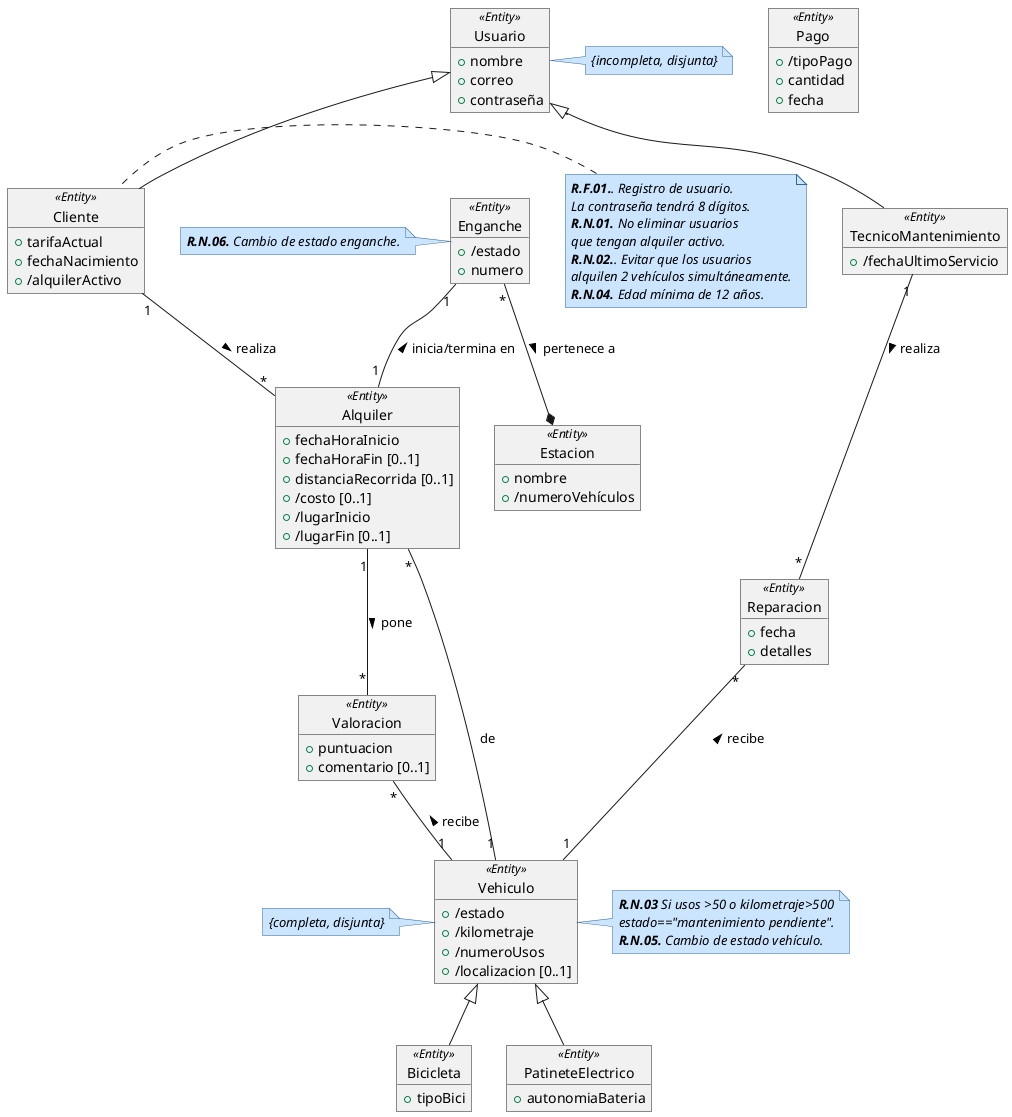
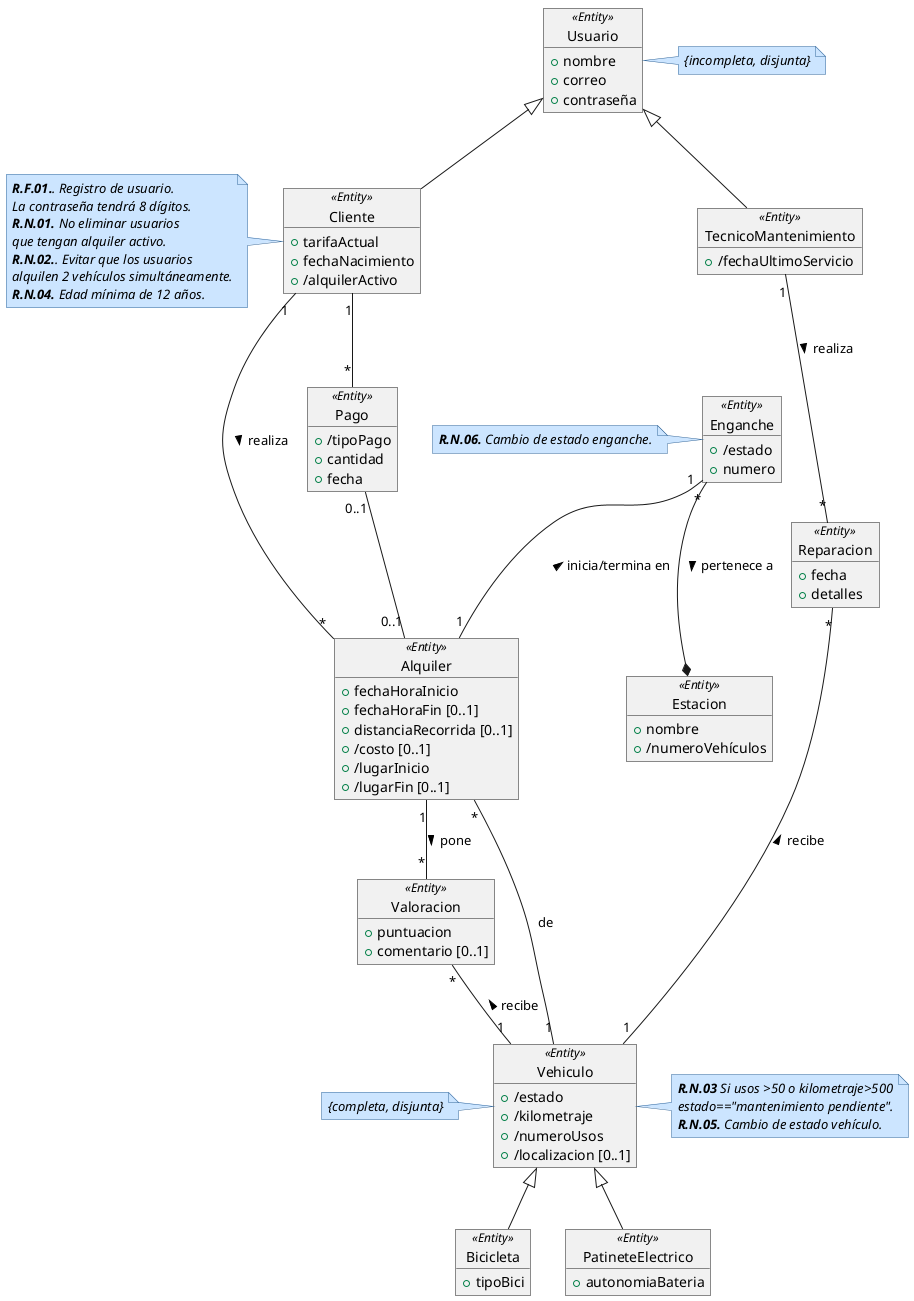
@startuml DiagramaClases

skinparam note {
  BackgroundColor #cce5ff
  BorderColor #336699
  FontStyle italic
}

object Usuario<<Entity>> {
    +nombre
    +correo
    +contraseña
}
note right: {incompleta, disjunta}


object Cliente<<Entity>> {
    +tarifaActual
    +fechaNacimiento
    +/alquilerActivo
}
note left
'''
 **R.F.01.**. Registro de usuario.
 La contraseña tendrá 8 dígitos.
 **R.N.01.** No eliminar usuarios
 que tengan alquiler activo.
 **R.N.02.**. Evitar que los usuarios
 alquilen 2 vehículos simultáneamente.
 **R.N.04.** Edad mínima de 12 años.
'''
end note

object Pago<<Entity>> {
    +/tipoPago
    +cantidad
    +fecha
}
'Tipo pago puede ser o mensual o individual


object TecnicoMantenimiento<<Entity>> {
    +/fechaUltimoServicio
}

object Reparacion<<Entity>> {
    +fecha
    +detalles
}

object Valoracion<<Entity>> {
    +puntuacion
    +comentario [0..1]
}

/'
La distancia recorrida la cuenta el vehículo con un
medidor incorporado y solo se registra cuando termina el recorrido.
Por eso mismo no es derivada de lugar inicio o fin, porque si no si acabas
en el mismo sitio la distancia recorrida sería 0.
'/
object Alquiler<<Entity>> {
    +fechaHoraInicio
    +fechaHoraFin [0..1]
    +distanciaRecorrida [0..1]
    +/costo [0..1]
    +/lugarInicio
    +/lugarFin [0..1]
}

/'
La localización del vehículo se muestra cuando se guarda el vehículo.
No se guarda localización por GPS.
'/
object Vehiculo<<Entity>> {
    +/estado
    +/kilometraje
    +/numeroUsos
    +/localizacion [0..1]
}
note right
'''
 **R.N.03** Si usos >50 o kilometraje>500
 estado=="mantenimiento pendiente".
 **R.N.05.** Cambio de estado vehículo.
'''
end note
note left of Vehiculo: {completa, disjunta}

object Estacion<<Entity>> {
    +nombre
    +/numeroVehículos
}

object Enganche<<Entity>> {
    +/estado
    +numero
}
note left
'''
 **R.N.06.** Cambio de estado enganche.
'''
end note

object Bicicleta<<Entity>> {
    +tipoBici
}

object PatineteElectrico<<Entity>> {
    +autonomiaBateria
}

Usuario <|-- Cliente
Usuario <|-- TecnicoMantenimiento

Enganche "*"--* Estacion : pertenece a >

'Relación directa valoraciones'
Alquiler "1"--"*" Valoracion : pone >
Valoracion "*"--"1" Vehiculo : recibe <

TecnicoMantenimiento "1"--"*" Reparacion : realiza >
Reparacion "*"--"1" Vehiculo : recibe <

Enganche "1" --"1" Alquiler: inicia/termina en <


'Relacion de Alquileres'
Cliente "1"--"*"  Alquiler: realiza >

Alquiler "*"--"1" Vehiculo: de

+ 'Relacion Pago'
+ Cliente "1"--"*" Pago
+ Pago "0..1"--"0..1" Alquiler
+ 
Vehiculo <|-- Bicicleta
Vehiculo <|-- PatineteElectrico


@enduml